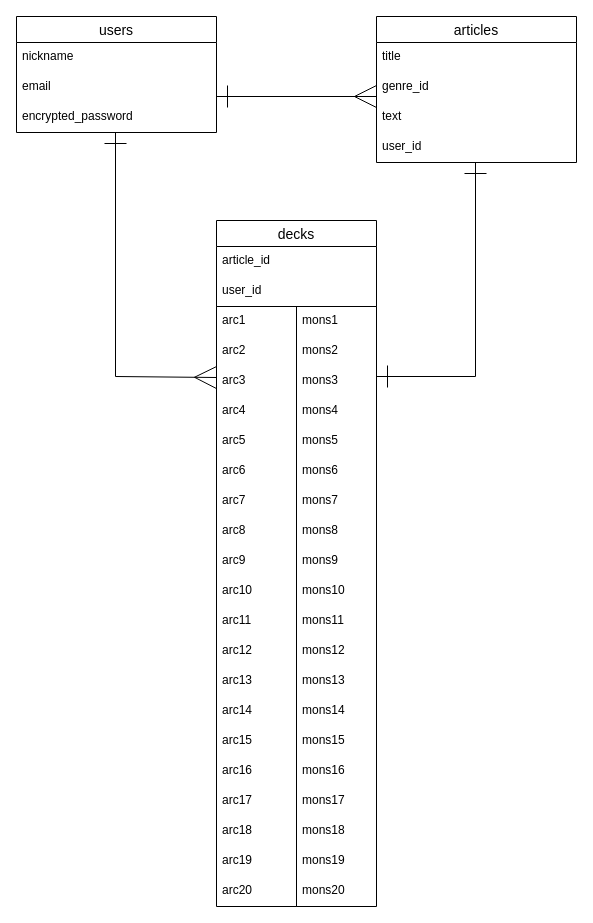
Earlier version of the draw.io diagram ER.dio (murataholic/tarot_deck). Source tidied: cells renumbered, new cells numbered last; positions are measured from the earlier drawing's top-left corner, leaving out a move shared by most shapes. Both pictures are drawn from the tidied source at 100%, with x=0, y=0 at pixel (16, 16).
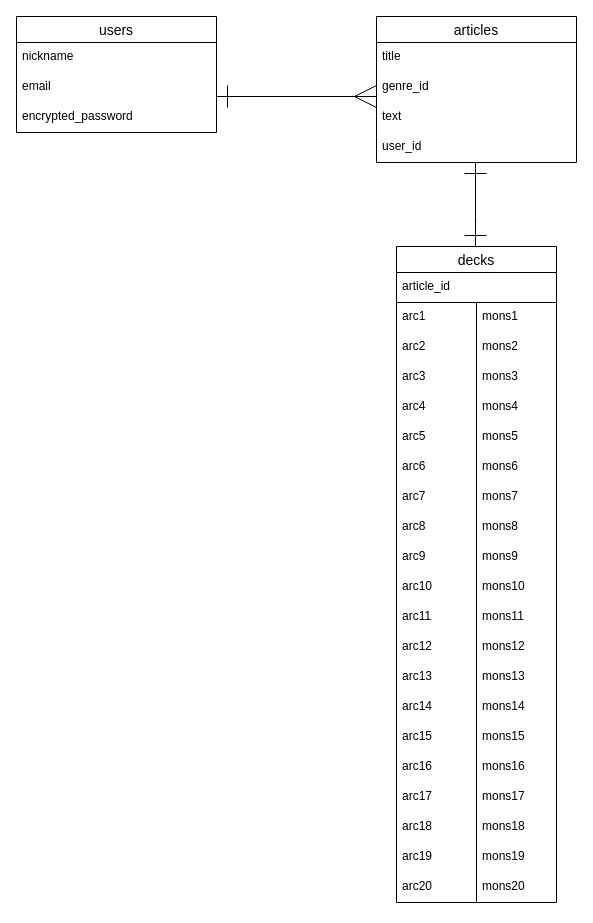
Above is the later version.

Commit message (it also covers changes not shown here):
カラム変更に伴うER図・READMEの修正

The change refers to these unchanged cells:
```xml
<mxCell id="5" value="encrypted_password" style="text;strokeColor=none;fillColor=none;spacingLeft=4;spacingRight=4;overflow=hidden;points=[[0,0.5],[1,0.5]];portConstraint=eastwest;fontSize=12;" parent="2" vertex="1">
  <mxGeometry y="86" width="200" height="30" as="geometry" />
</mxCell>
<mxCell id="10" value="user_id" style="text;strokeColor=none;fillColor=none;spacingLeft=4;spacingRight=4;overflow=hidden;points=[[0,0.5],[1,0.5]];portConstraint=eastwest;fontSize=12;" parent="6" vertex="1">
  <mxGeometry y="116" width="200" height="30" as="geometry" />
</mxCell>
```

What changed in the source:
```diff
@@
     <mxCell id="11" style="edgeStyle=orthogonalEdgeStyle;rounded=0;jettySize=auto;html=1;startArrow=ERone;startFill=0;endArrow=ERone;endFill=0;startSize=20;endSize=20;fontSize=11;" parent="1" edge="1" source="10">
       <mxGeometry relative="1" as="geometry">
-        <mxPoint x="360" y="360" as="targetPoint" />
+        <mxPoint x="459" y="230" as="targetPoint" />
         <Array as="points">
-          <mxPoint x="459" y="360" />
+          <mxPoint x="459" y="200" />
+          <mxPoint x="459" y="200" />
         </Array>
       </mxGeometry>
     </mxCell>
@@
     <mxCell id="13" value="decks" style="swimlane;fontStyle=0;horizontal=1;startSize=26;align=center;fontSize=14;" parent="1" vertex="1">
-      <mxGeometry x="200" y="204" width="160" height="86" as="geometry" />
+      <mxGeometry x="380" y="230" width="160" height="56" as="geometry" />
     </mxCell>
@@
-    <mxCell id="15" value="user_id&#10;" style="text;strokeColor=none;fillColor=none;spacingLeft=4;spacingRight=4;overflow=hidden;fontSize=12;" parent="13" vertex="1">
-      <mxGeometry y="56" width="160" height="30" as="geometry" />
-    </mxCell>
-    <mxCell id="16" style="edgeStyle=orthogonalEdgeStyle;rounded=0;jettySize=auto;html=1;startArrow=ERone;startFill=0;endArrow=ERmany;endFill=0;startSize=20;endSize=20;fontSize=11;entryX=0;entryY=0.5;entryDx=0;entryDy=0;" parent="1" edge="1" source="5">
-      <mxGeometry relative="1" as="geometry">
-        <mxPoint x="200" y="361" as="targetPoint" />
-        <Array as="points">
-          <mxPoint x="99" y="360" />
-          <mxPoint x="200" y="360" />
-        </Array>
-      </mxGeometry>
-    </mxCell>
     <mxCell id="17" style="swimlane;fontStyle=0;horizontal=1;startSize=0;align=center;fontSize=14;" parent="1" vertex="1">
-      <mxGeometry x="200" y="290" width="80" height="600" as="geometry" />
+      <mxGeometry x="380" y="286" width="80" height="600" as="geometry" />
     </mxCell>
@@
     <mxCell id="38" style="swimlane;fontStyle=0;horizontal=1;startSize=0;align=center;fontSize=14;" parent="1" vertex="1">
-      <mxGeometry x="280" y="290" width="80" height="600" as="geometry" />
+      <mxGeometry x="460" y="286" width="80" height="600" as="geometry" />
     </mxCell>
```
